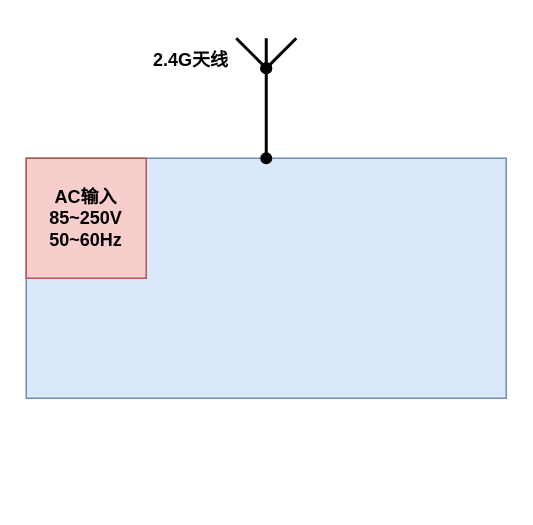
Earlier version of the draw.io diagram JAKDRAW2.drawio (FeO2081/soft). Source tidied: cells renumbered, new cells numbered last; positions are measured from the earlier drawing's top-left corner, leaving out a move shared by most shapes. Both pictures are drawn from the tidied source at 150%, with x=0, y=0 at pixel (26, 38).
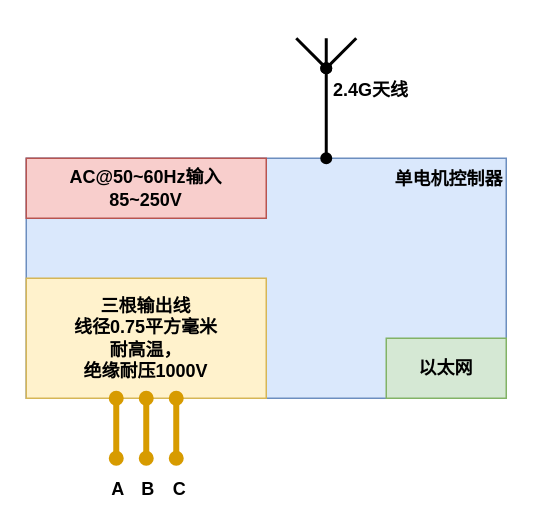
The same diagram, later.

The edit, as a diff of the source:
```diff
@@
-    <mxCell id="2" style="rounded=0;whiteSpace=wrap;html=1;fillColor=#dae8fc;strokeColor=#6c8ebf;" parent="1" vertex="1">
+    <mxCell id="2" value="单电机控制器" style="rounded=0;whiteSpace=wrap;html=1;fillColor=#dae8fc;strokeColor=#6c8ebf;fontStyle=1;align=right;verticalAlign=top;" parent="1" vertex="1">
       <mxGeometry y="80" width="320" height="160" as="geometry" />
     </mxCell>
-    <mxCell id="3" value="AC输入&lt;div&gt;85~250V&lt;/div&gt;&lt;div&gt;50~60Hz&lt;/div&gt;" style="rounded=0;whiteSpace=wrap;html=1;fillColor=#f8cecc;strokeColor=#b85450;fontStyle=1;" parent="1" vertex="1">
-      <mxGeometry y="80" width="80" height="80" as="geometry" />
+    <mxCell id="3" value="AC@50~60Hz输入&lt;div&gt;85~250V&lt;/div&gt;" style="rounded=0;whiteSpace=wrap;html=1;fillColor=#f8cecc;strokeColor=#b85450;fontStyle=1;" parent="1" vertex="1">
+      <mxGeometry y="80" width="160" height="40" as="geometry" />
     </mxCell>
     <mxCell id="4" style="endArrow=none;html=1;rounded=1;curved=0;strokeWidth=2;startArrow=oval;startFill=1;endFill=0;" parent="1" edge="1">
       <mxGeometry relative="1" as="geometry">
-        <mxPoint x="160" y="80" as="sourcePoint" />
-        <mxPoint x="160" as="targetPoint" />
+        <mxPoint x="200" y="80" as="sourcePoint" />
+        <mxPoint x="200" as="targetPoint" />
       </mxGeometry>
     </mxCell>
     <mxCell id="5" style="endArrow=none;html=1;rounded=0;startArrow=oval;startFill=1;endFill=0;strokeWidth=2;" parent="1" edge="1">
       <mxGeometry relative="1" as="geometry">
-        <mxPoint x="160" y="20" as="sourcePoint" />
-        <mxPoint x="180" as="targetPoint" />
+        <mxPoint x="200" y="20" as="sourcePoint" />
+        <mxPoint x="220" as="targetPoint" />
       </mxGeometry>
     </mxCell>
     <mxCell id="6" style="endArrow=none;html=1;rounded=0;startArrow=oval;startFill=1;endFill=0;strokeWidth=2;" parent="1" edge="1">
       <mxGeometry relative="1" as="geometry">
-        <mxPoint x="160" y="20" as="sourcePoint" />
-        <mxPoint x="140" as="targetPoint" />
+        <mxPoint x="200" y="20" as="sourcePoint" />
+        <mxPoint x="180" as="targetPoint" />
       </mxGeometry>
     </mxCell>
     <mxCell id="7" value="2.4G天线" style="text;html=1;whiteSpace=wrap;strokeColor=none;fillColor=none;align=center;verticalAlign=middle;rounded=0;fontStyle=1;" parent="1" vertex="1">
-      <mxGeometry x="80" width="60" height="30" as="geometry" />
+      <mxGeometry x="200" y="20" width="60" height="30" as="geometry" />
     </mxCell>
+    <mxCell id="8" value="以太网" style="rounded=0;whiteSpace=wrap;html=1;fillColor=#d5e8d4;strokeColor=#82b366;fontStyle=1;" parent="1" vertex="1">
+      <mxGeometry x="240" y="200" width="80" height="40" as="geometry" />
+    </mxCell>
+    <mxCell id="9" value="三根输出线&lt;div&gt;线径0.75平方毫米&lt;/div&gt;&lt;div&gt;耐高温，&lt;/div&gt;&lt;div&gt;绝缘耐压1000V&lt;/div&gt;" style="rounded=0;whiteSpace=wrap;html=1;fillColor=#fff2cc;strokeColor=#d6b656;fontStyle=1;" parent="1" vertex="1">
+      <mxGeometry y="160" width="160" height="80" as="geometry" />
+    </mxCell>
+    <mxCell id="10" style="endArrow=oval;html=1;rounded=0;entryX=0.25;entryY=1;entryDx=0;entryDy=0;strokeWidth=4;startArrow=oval;startFill=1;endFill=1;fillColor=#ffe6cc;strokeColor=#d79b00;" parent="1" edge="1">
+      <mxGeometry relative="1" as="geometry">
+        <mxPoint x="60" y="280" as="sourcePoint" />
+        <mxPoint x="60" y="240" as="targetPoint" />
+      </mxGeometry>
+    </mxCell>
+    <mxCell id="11" value="A" style="edgeLabel;html=1;align=center;verticalAlign=middle;fontSize=12;fontStyle=1;" parent="10" vertex="1">
+      <mxGeometry x="0.09" relative="1" as="geometry">
+        <mxPoint y="42" as="offset" />
+      </mxGeometry>
+    </mxCell>
+    <mxCell id="12" style="endArrow=oval;html=1;rounded=0;entryX=0.5;entryY=1;entryDx=0;entryDy=0;strokeWidth=4;startArrow=oval;startFill=1;endFill=1;fillColor=#ffe6cc;strokeColor=#d79b00;" parent="1" edge="1" target="9">
+      <mxGeometry relative="1" as="geometry">
+        <mxPoint x="80" y="280" as="sourcePoint" />
+      </mxGeometry>
+    </mxCell>
+    <mxCell id="13" value="B" style="edgeLabel;html=1;align=center;verticalAlign=middle;fontSize=12;fontStyle=1;" parent="12" vertex="1">
+      <mxGeometry x="0.02" y="1" relative="1" as="geometry">
+        <mxPoint x="1" y="40" as="offset" />
+      </mxGeometry>
+    </mxCell>
+    <mxCell id="14" style="endArrow=oval;html=1;rounded=0;entryX=0.75;entryY=1;entryDx=0;entryDy=0;strokeWidth=4;startArrow=oval;startFill=1;endFill=1;fillColor=#ffe6cc;strokeColor=#d79b00;" parent="1" edge="1">
+      <mxGeometry relative="1" as="geometry">
+        <mxPoint x="100" y="280" as="sourcePoint" />
+        <mxPoint x="100" y="240" as="targetPoint" />
+      </mxGeometry>
+    </mxCell>
+    <mxCell id="15" value="C" style="edgeLabel;html=1;align=center;verticalAlign=middle;fontSize=12;fontStyle=1;" parent="14" vertex="1">
+      <mxGeometry x="-0.05" y="-1" relative="1" as="geometry">
+        <mxPoint y="39" as="offset" />
+      </mxGeometry>
+    </mxCell>
```
